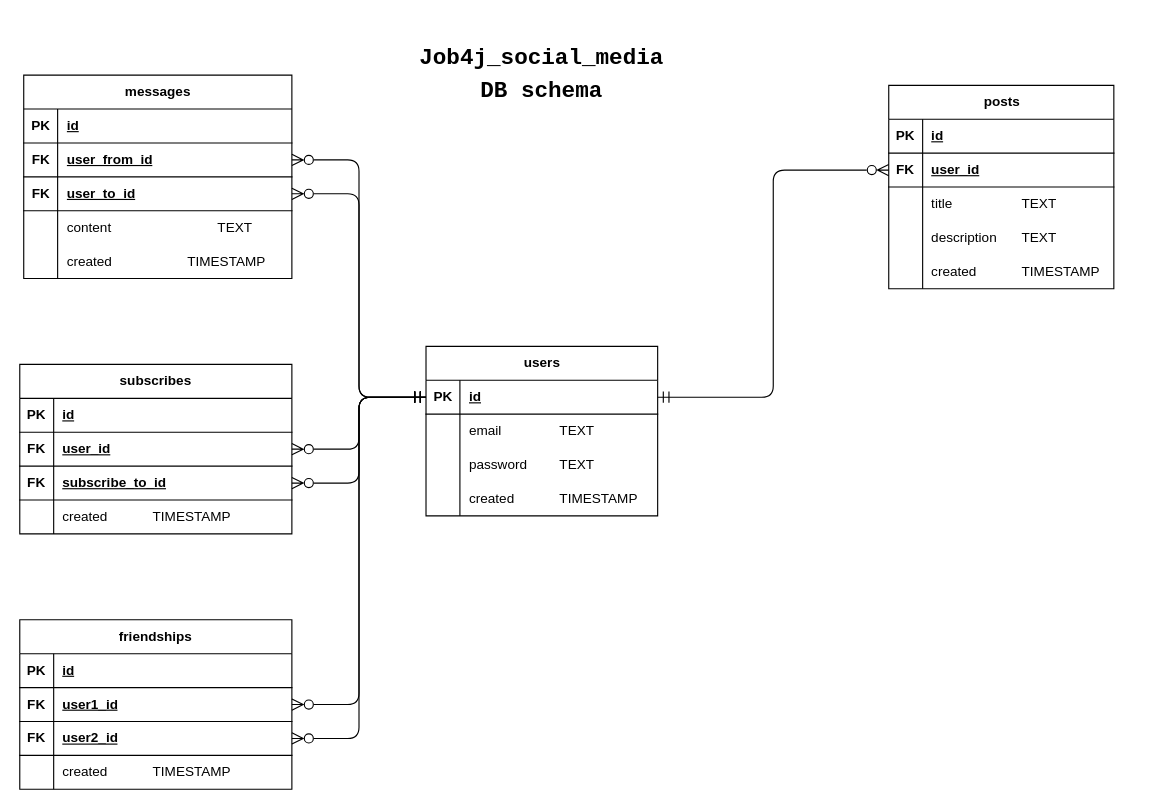
This is src/main/resources/db/social_media_DB_schema.drawio from MikhailChrn/job4j_social_media_api, a draw.io file, before an edit. Source tidied: cells renumbered, new cells numbered last; positions are measured from the earlier drawing's top-left corner, leaving out a move shared by most shapes. Both pictures are drawn from the tidied source at 113%, with x=0, y=0 at pixel (19, 62).
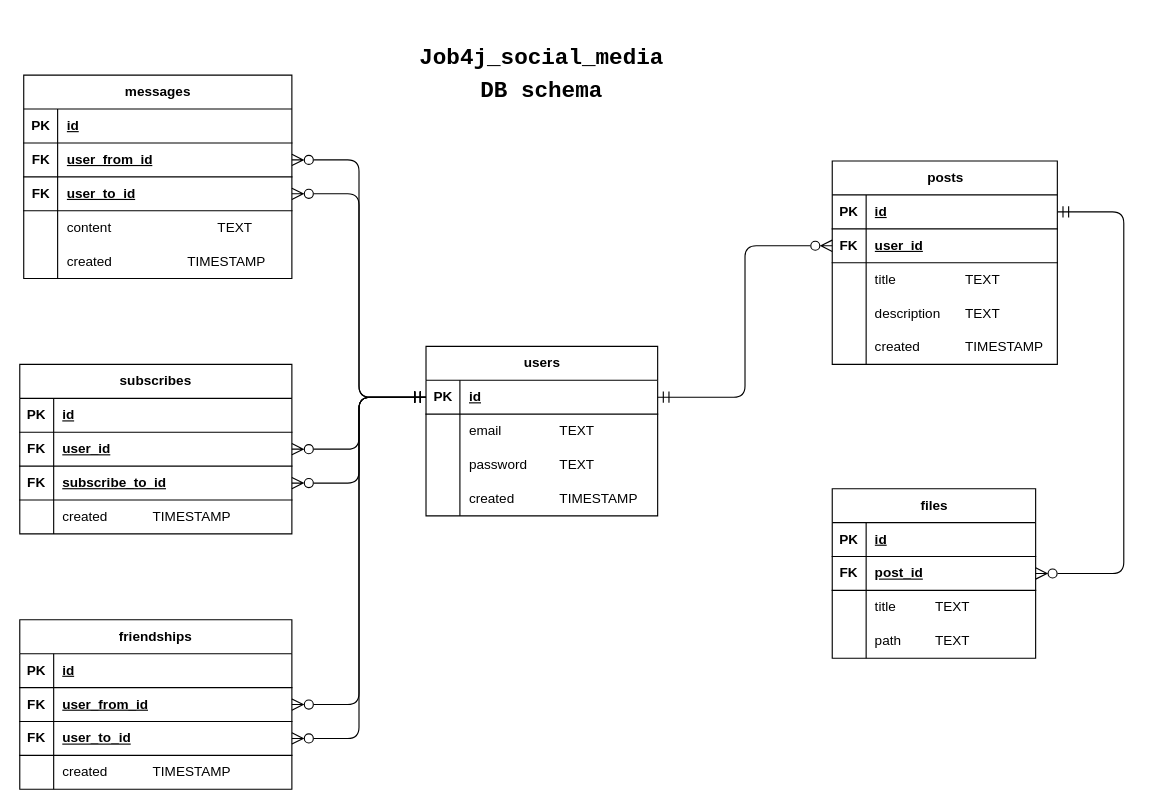
After the change.

Unchanged cells that the change refers to:
```xml
<mxCell id="5" style="shape=tableRow;horizontal=0;startSize=0;swimlaneHead=0;swimlaneBody=0;fillColor=none;points=[[0,0.5],[1,0.5]];portConstraint=eastwest;top=0;left=0;right=0;bottom=1;" parent="4" vertex="1">
  <mxGeometry y="30" width="199.2" height="30" as="geometry" />
</mxCell>
<mxCell id="69" style="shape=tableRow;horizontal=0;startSize=0;swimlaneHead=0;swimlaneBody=0;fillColor=none;points=[[0,0.5],[1,0.5]];portConstraint=eastwest;top=0;left=0;right=0;bottom=1;" parent="65" vertex="1">
  <mxGeometry y="60" width="240.8" height="30" as="geometry" />
</mxCell>
<mxCell id="72" style="shape=tableRow;horizontal=0;startSize=0;swimlaneHead=0;swimlaneBody=0;fillColor=none;points=[[0,0.5],[1,0.5]];portConstraint=eastwest;top=0;left=0;right=0;bottom=1;" parent="65" vertex="1">
  <mxGeometry y="90" width="240.8" height="30" as="geometry" />
</mxCell>
```

Diff of the diagram source:
```diff
@@
     <mxCell id="4" value="posts" style="shape=table;startSize=30;childLayout=tableLayout;rowLines=0;fontStyle=1;align=center;html=1;" parent="1" vertex="1">
-      <mxGeometry x="769" y="20" width="199.2" height="180" as="geometry" />
+      <mxGeometry x="719" y="87" width="199.2" height="180" as="geometry" />
     </mxCell>
@@
-    <mxCell id="71" value="user1_id" style="shape=partialRectangle;fillColor=none;top=0;left=0;bottom=0;right=0;align=left;spacingLeft=6;fontStyle=5;overflow=hidden;whiteSpace=wrap;html=1;" parent="69" vertex="1">
+    <mxCell id="71" value="user_from_id" style="shape=partialRectangle;fillColor=none;top=0;left=0;bottom=0;right=0;align=left;spacingLeft=6;fontStyle=5;overflow=hidden;whiteSpace=wrap;html=1;" parent="69" vertex="1">
       <mxGeometry x="30" width="210.8" height="30" as="geometry" />
     </mxCell>
@@
-    <mxCell id="74" value="user2_id" style="shape=partialRectangle;fillColor=none;top=0;left=0;bottom=0;right=0;align=left;spacingLeft=6;fontStyle=5;overflow=hidden;whiteSpace=wrap;html=1;" parent="72" vertex="1">
+    <mxCell id="74" value="user_to_id" style="shape=partialRectangle;fillColor=none;top=0;left=0;bottom=0;right=0;align=left;spacingLeft=6;fontStyle=5;overflow=hidden;whiteSpace=wrap;html=1;" parent="72" vertex="1">
       <mxGeometry x="30" width="210.8" height="30" as="geometry" />
     </mxCell>
@@
+    <mxCell id="82" value="files" style="shape=table;startSize=30;childLayout=tableLayout;rowLines=0;fontStyle=1;align=center;html=1;" parent="1" vertex="1">
+      <mxGeometry x="719" y="377" width="180" height="150" as="geometry" />
+    </mxCell>
+    <mxCell id="83" style="shape=tableRow;horizontal=0;startSize=0;swimlaneHead=0;swimlaneBody=0;fillColor=none;top=0;left=0;right=0;bottom=1;" parent="82" vertex="1">
+      <mxGeometry y="30" width="180" height="30" as="geometry" />
+    </mxCell>
+    <mxCell id="84" value="PK" style="shape=partialRectangle;fillColor=none;top=0;left=0;bottom=0;right=0;fontStyle=1;overflow=hidden;whiteSpace=wrap;html=1;" parent="83" vertex="1">
+      <mxGeometry width="30" height="30" as="geometry" />
+    </mxCell>
+    <mxCell id="85" value="id" style="shape=partialRectangle;fillColor=none;top=0;left=0;bottom=0;right=0;align=left;spacingLeft=6;fontStyle=5;overflow=hidden;whiteSpace=wrap;html=1;" parent="83" vertex="1">
+      <mxGeometry x="30" width="150" height="30" as="geometry" />
+    </mxCell>
+    <mxCell id="86" style="shape=tableRow;horizontal=0;startSize=0;swimlaneHead=0;swimlaneBody=0;fillColor=none;points=[[0,0.5],[1,0.5]];portConstraint=eastwest;top=0;left=0;right=0;bottom=1;" parent="82" vertex="1">
+      <mxGeometry y="60" width="180" height="30" as="geometry" />
+    </mxCell>
+    <mxCell id="87" value="FK" style="shape=partialRectangle;fillColor=none;top=0;left=0;bottom=0;right=0;fontStyle=1;overflow=hidden;whiteSpace=wrap;html=1;" parent="86" vertex="1">
+      <mxGeometry width="30" height="30" as="geometry" />
+    </mxCell>
+    <mxCell id="88" value="post_id" style="shape=partialRectangle;fillColor=none;top=0;left=0;bottom=0;right=0;align=left;spacingLeft=6;fontStyle=5;overflow=hidden;whiteSpace=wrap;html=1;" parent="86" vertex="1">
+      <mxGeometry x="30" width="150" height="30" as="geometry" />
+    </mxCell>
+    <mxCell id="89" style="shape=tableRow;horizontal=0;startSize=0;swimlaneHead=0;swimlaneBody=0;fillColor=none;top=0;left=0;right=0;bottom=0;" parent="82" vertex="1">
+      <mxGeometry y="90" width="180" height="30" as="geometry" />
+    </mxCell>
+    <mxCell id="90" style="shape=partialRectangle;fillColor=none;top=0;left=0;bottom=0;right=0;overflow=hidden;whiteSpace=wrap;html=1;" parent="89" vertex="1">
+      <mxGeometry width="30" height="30" as="geometry" />
+    </mxCell>
+    <mxCell id="91" value="title&lt;span style=&quot;white-space: pre;&quot;&gt;&#9;&lt;/span&gt;&lt;span style=&quot;white-space: pre;&quot;&gt;&#9;&lt;/span&gt;TEXT" style="shape=partialRectangle;fillColor=none;top=0;left=0;bottom=0;right=0;align=left;spacingLeft=6;overflow=hidden;whiteSpace=wrap;html=1;" parent="89" vertex="1">
+      <mxGeometry x="30" width="150" height="30" as="geometry" />
+    </mxCell>
+    <mxCell id="92" style="shape=tableRow;horizontal=0;startSize=0;swimlaneHead=0;swimlaneBody=0;fillColor=none;top=0;left=0;right=0;bottom=0;" parent="82" vertex="1">
+      <mxGeometry y="120" width="180" height="30" as="geometry" />
+    </mxCell>
+    <mxCell id="93" style="shape=partialRectangle;fillColor=none;top=0;left=0;bottom=0;right=0;overflow=hidden;whiteSpace=wrap;html=1;" parent="92" vertex="1">
+      <mxGeometry width="30" height="30" as="geometry" />
+    </mxCell>
+    <mxCell id="94" value="path&lt;span style=&quot;white-space: pre;&quot;&gt;&#9;&lt;/span&gt;&lt;span style=&quot;white-space: pre;&quot;&gt;&#9;&lt;/span&gt;TEXT" style="shape=partialRectangle;fillColor=none;top=0;left=0;bottom=0;right=0;align=left;spacingLeft=6;overflow=hidden;whiteSpace=wrap;html=1;" parent="92" vertex="1">
+      <mxGeometry x="30" width="150" height="30" as="geometry" />
+    </mxCell>
+    <mxCell id="95" style="edgeStyle=elbowEdgeStyle;fontSize=12;html=1;endArrow=ERmandOne;rounded=1;startSize=8;endSize=8;entryX=1;entryY=0.5;entryDx=0;entryDy=0;exitX=1;exitY=0.5;exitDx=0;exitDy=0;startArrow=ERzeroToMany;startFill=0;endFill=0;curved=0;" parent="1" edge="1" source="86" target="5">
+      <mxGeometry relative="1" as="geometry">
+        <Array as="points">
+          <mxPoint x="977" y="292" />
+        </Array>
+      </mxGeometry>
+    </mxCell>
```
